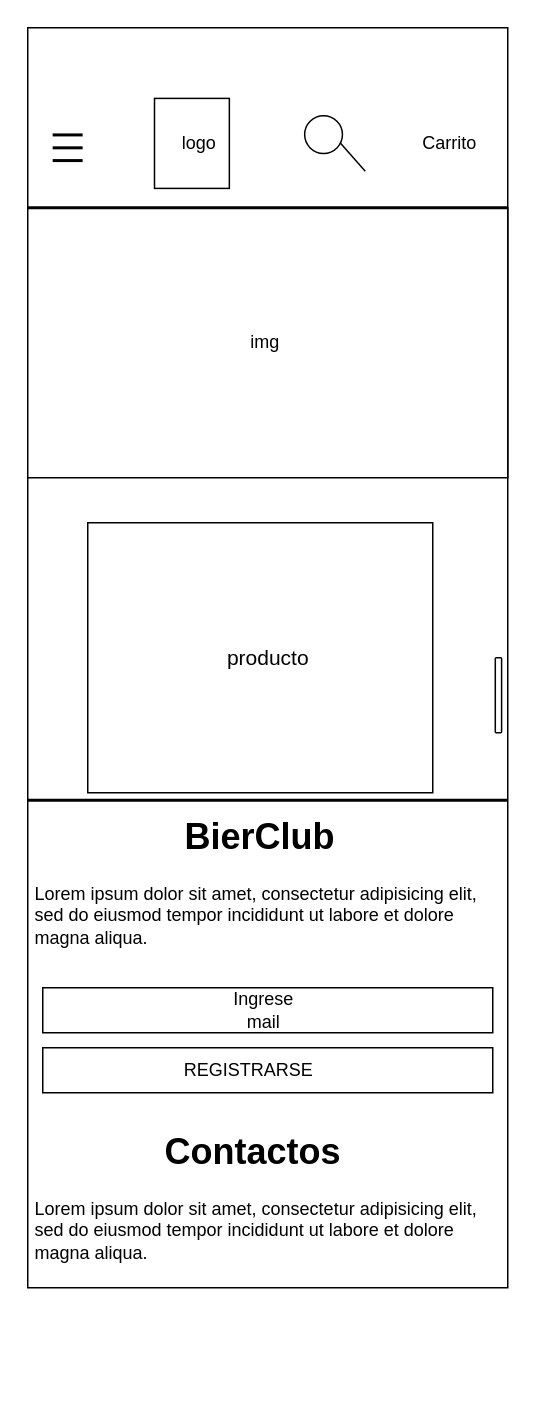
Earlier version of the draw.io diagram page "Page-1" (1 of 3) of Bocetos/Bocetos-de-Home/Home-320.drawio (Evaristodantur/BierClub). Source tidied: cells renumbered, new cells numbered last; positions are measured from the earlier drawing's top-left corner, leaving out a move shared by most shapes. Both pictures are drawn from the tidied source at 150%, with x=0, y=0 at pixel (27, 27). Pictures stored in the file or linked from it are replaced by grey dashed boxes.
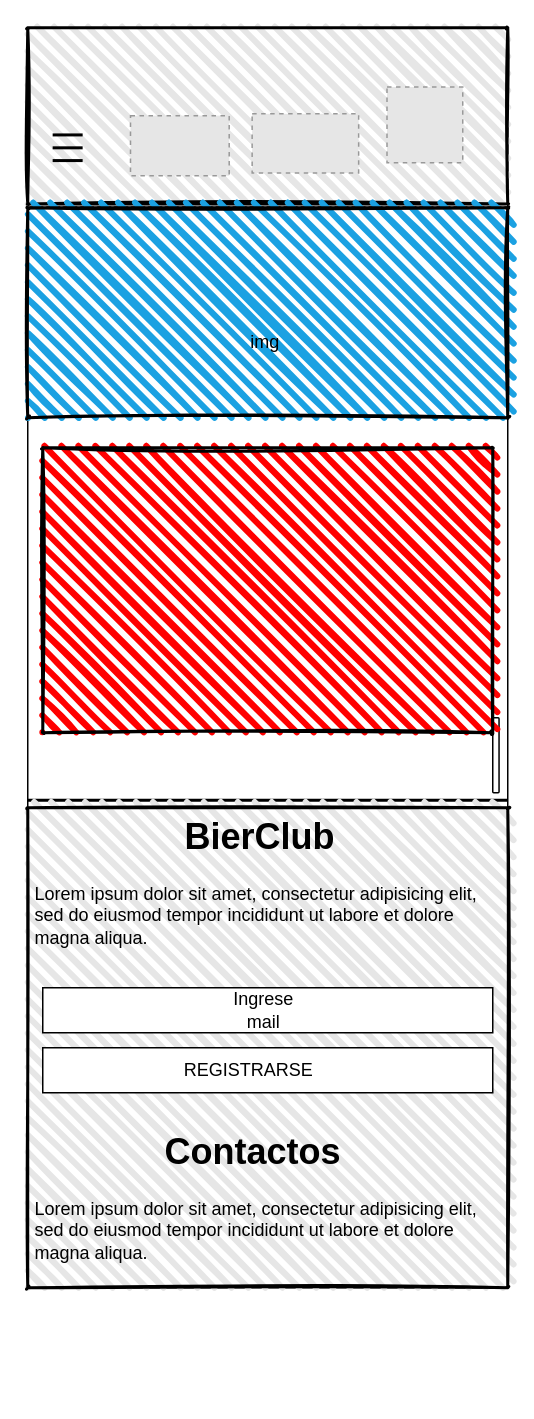
The same diagram, later.

Diff of the diagram source:
```diff
@@
-    <mxCell id="2" style="group;" parent="1" vertex="1">
-      <mxGeometry width="320" height="910" as="geometry" />
-    </mxCell>
-    <mxCell id="3" style="rounded=0;whiteSpace=wrap;html=1;" parent="2" vertex="1">
+    <mxCell id="3" style="rounded=0;whiteSpace=wrap;html=1;" parent="1" vertex="1">
       <mxGeometry width="320" height="840" as="geometry" />
     </mxCell>
-    <mxCell id="4" style="rounded=0;whiteSpace=wrap;html=1;" parent="2" vertex="1">
-      <mxGeometry x="84.5" y="47.1" width="49.9" height="60" as="geometry" />
-    </mxCell>
-    <mxCell id="5" value="logo" style="text;html=1;strokeColor=none;fillColor=none;align=center;verticalAlign=middle;whiteSpace=wrap;rounded=0;" parent="2" vertex="1">
-      <mxGeometry x="100" y="59.6" width="29.1" height="35" as="geometry" />
-    </mxCell>
-    <mxCell id="6" value="Carrito" style="text;html=1;strokeColor=none;fillColor=none;align=center;verticalAlign=middle;whiteSpace=wrap;rounded=0;" parent="2" vertex="1">
-      <mxGeometry x="273.3" y="67.1" width="16.6" height="20" as="geometry" />
-    </mxCell>
-    <mxCell id="7" style="rounded=0;whiteSpace=wrap;html=1;" parent="2" vertex="1">
-      <mxGeometry y="120" width="320" height="180" as="geometry" />
-    </mxCell>
-    <mxCell id="8" value="&lt;h1&gt;&amp;nbsp; &amp;nbsp; &amp;nbsp; &amp;nbsp; &amp;nbsp; &amp;nbsp; &amp;nbsp; &amp;nbsp;BierClub&lt;/h1&gt;&lt;p&gt;Lorem ipsum dolor sit amet, consectetur adipisicing elit, sed do eiusmod tempor incididunt ut labore et dolore magna aliqua.&lt;/p&gt;" style="text;html=1;strokeColor=none;fillColor=none;spacing=5;spacingTop=-20;whiteSpace=wrap;overflow=hidden;rounded=0;" parent="2" vertex="1">
-      <mxGeometry y="520" width="320" height="120" as="geometry" />
-    </mxCell>
-    <mxCell id="9" value="&lt;h1&gt;&amp;nbsp; &amp;nbsp; &amp;nbsp; &amp;nbsp; &amp;nbsp; &amp;nbsp; &amp;nbsp;Contactos&lt;/h1&gt;&lt;p&gt;Lorem ipsum dolor sit amet, consectetur adipisicing elit, sed do eiusmod tempor incididunt ut labore et dolore magna aliqua.&lt;/p&gt;" style="text;html=1;strokeColor=none;fillColor=none;spacing=5;spacingTop=-20;whiteSpace=wrap;overflow=hidden;rounded=0;" parent="2" vertex="1">
-      <mxGeometry y="730" width="320" height="120" as="geometry" />
-    </mxCell>
-    <mxCell id="10" style="line;strokeWidth=2;html=1;" parent="2" vertex="1">
+    <mxCell id="10" style="line;strokeWidth=2;html=1;" parent="1" vertex="1">
       <mxGeometry y="115" width="320" height="10" as="geometry" />
     </mxCell>
-    <mxCell id="11" value="img" style="text;html=1;strokeColor=none;fillColor=none;align=center;verticalAlign=middle;whiteSpace=wrap;rounded=0;" parent="2" vertex="1">
-      <mxGeometry x="149.6" y="200" width="16.6" height="20" as="geometry" />
-    </mxCell>
-    <mxCell id="12" style="line;strokeWidth=2;html=1;fontSize=14;" parent="2" vertex="1">
+    <mxCell id="12" style="line;strokeWidth=2;html=1;fontSize=14;" parent="1" vertex="1">
       <mxGeometry y="510" width="320" height="10" as="geometry" />
     </mxCell>
-    <mxCell id="13" style="rounded=0;whiteSpace=wrap;html=1;fontSize=14;" parent="2" vertex="1">
-      <mxGeometry x="40" y="330" width="230" height="180" as="geometry" />
-    </mxCell>
-    <mxCell id="14" value="producto" style="text;html=1;strokeColor=none;fillColor=none;align=center;verticalAlign=middle;whiteSpace=wrap;rounded=0;fontSize=14;" parent="2" vertex="1">
-      <mxGeometry x="151.7" y="410" width="16.6" height="20" as="geometry" />
-    </mxCell>
-    <mxCell id="15" style="rounded=1;whiteSpace=wrap;html=1;fontSize=14;" parent="2" vertex="1">
-      <mxGeometry x="311.7" y="420" width="4.2" height="50" as="geometry" />
+    <mxCell id="15" style="rounded=1;whiteSpace=wrap;html=1;fontSize=14;" parent="1" vertex="1">
+      <mxGeometry x="310" y="460" width="4.2" height="50" as="geometry" />
     </mxCell>
+    <mxCell id="26" style="rounded=1;whiteSpace=wrap;html=1;strokeWidth=2;fillWeight=4;hachureGap=8;hachureAngle=45;sketch=1;labelBackgroundColor=#ffffff;arcSize=0;fontColor=#FFFF33;fillColor=#E6E6E6;" parent="1" vertex="1">
+      <mxGeometry width="320" height="117.5" as="geometry" />
+    </mxCell>
+    <mxCell id="27" style="fillColor=#E6E6E6;strokeColor=#999999;dashed=1;verticalLabelPosition=bottom;labelBackgroundColor=#ffffff;verticalAlign=top;" parent="1" vertex="1">
+      <mxGeometry x="68.5" y="58.6" width="65.8" height="40" as="geometry" />
+    </mxCell>
+    <mxCell id="28" style="fillColor=#E6E6E6;strokeColor=#999999;dashed=1;verticalLabelPosition=bottom;labelBackgroundColor=#ffffff;verticalAlign=top;" parent="1" vertex="1">
+      <mxGeometry x="149.6" y="57.4" width="71" height="39.4" as="geometry" />
+    </mxCell>
+    <mxCell id="29" style="fillColor=#E6E6E6;strokeColor=#999999;dashed=1;verticalLabelPosition=bottom;labelBackgroundColor=#ffffff;verticalAlign=top;" parent="1" vertex="1">
+      <mxGeometry x="239.5" y="39.5" width="50.5" height="50.5" as="geometry" />
+    </mxCell>
-    <mxCell id="16" style="line;strokeWidth=2;html=1;" parent="2" vertex="1">
+    <mxCell id="16" style="line;strokeWidth=2;html=1;" parent="1" vertex="1">
       <mxGeometry x="16.6" y="87.1" width="20" height="2.9" as="geometry" />
     </mxCell>
-    <mxCell id="17" style="line;strokeWidth=2;html=1;" parent="2" vertex="1">
+    <mxCell id="17" style="line;strokeWidth=2;html=1;" parent="1" vertex="1">
       <mxGeometry x="16.6" y="78.6" width="20" height="2.9" as="geometry" />
     </mxCell>
-    <mxCell id="18" style="line;strokeWidth=2;html=1;" parent="2" vertex="1">
+    <mxCell id="18" style="line;strokeWidth=2;html=1;" parent="1" vertex="1">
       <mxGeometry x="16.6" y="70" width="20" height="2.9" as="geometry" />
     </mxCell>
+    <mxCell id="30" style="rounded=1;whiteSpace=wrap;html=1;strokeWidth=2;fillWeight=4;hachureGap=8;hachureAngle=45;fillColor=#1ba1e2;sketch=1;labelBackgroundColor=#ffffff;arcSize=0;" parent="1" vertex="1">
+      <mxGeometry y="120" width="320" height="140" as="geometry" />
+    </mxCell>
+    <mxCell id="11" value="img" style="text;html=1;strokeColor=none;fillColor=none;align=center;verticalAlign=middle;whiteSpace=wrap;rounded=0;" parent="1" vertex="1">
+      <mxGeometry x="149.6" y="200" width="16.6" height="20" as="geometry" />
+    </mxCell>
+    <mxCell id="31" style="rounded=1;whiteSpace=wrap;html=1;strokeWidth=2;fillWeight=4;hachureGap=8;hachureAngle=45;sketch=1;labelBackgroundColor=#ffffff;fillColor=#FF0000;arcSize=0;" parent="1" vertex="1">
+      <mxGeometry x="10" y="280" width="300" height="190" as="geometry" />
+    </mxCell>
+    <mxCell id="32" style="rounded=1;whiteSpace=wrap;html=1;strokeWidth=2;fillWeight=4;hachureGap=8;hachureAngle=45;sketch=1;labelBackgroundColor=#ffffff;arcSize=0;fontColor=#FFFF33;fillColor=#E6E6E6;" parent="1" vertex="1">
+      <mxGeometry y="520" width="320" height="320" as="geometry" />
+    </mxCell>
+    <mxCell id="8" value="&lt;h1&gt;&amp;nbsp; &amp;nbsp; &amp;nbsp; &amp;nbsp; &amp;nbsp; &amp;nbsp; &amp;nbsp; &amp;nbsp;BierClub&lt;/h1&gt;&lt;p&gt;Lorem ipsum dolor sit amet, consectetur adipisicing elit, sed do eiusmod tempor incididunt ut labore et dolore magna aliqua.&lt;/p&gt;" style="text;html=1;strokeColor=none;fillColor=none;spacing=5;spacingTop=-20;whiteSpace=wrap;overflow=hidden;rounded=0;" parent="1" vertex="1">
+      <mxGeometry y="520" width="320" height="120" as="geometry" />
+    </mxCell>
-    <mxCell id="19" style="rounded=1;whiteSpace=wrap;html=1;arcSize=0;" parent="2" vertex="1">
+    <mxCell id="19" style="rounded=1;whiteSpace=wrap;html=1;arcSize=0;" parent="1" vertex="1">
       <mxGeometry x="10" y="640" width="300" height="30" as="geometry" />
     </mxCell>
+    <mxCell id="22" value="Ingrese mail" style="text;html=1;strokeColor=none;fillColor=none;align=center;verticalAlign=middle;whiteSpace=wrap;rounded=0;" parent="1" vertex="1">
+      <mxGeometry x="131.3" y="645" width="53.3" height="20" as="geometry" />
+    </mxCell>
-    <mxCell id="20" style="rounded=1;whiteSpace=wrap;html=1;arcSize=0;" parent="2" vertex="1">
+    <mxCell id="20" style="rounded=1;whiteSpace=wrap;html=1;arcSize=0;" parent="1" vertex="1">
       <mxGeometry x="10" y="680" width="300" height="30" as="geometry" />
     </mxCell>
-    <mxCell id="21" value="REGISTRARSE" style="text;html=1;strokeColor=none;fillColor=none;align=center;verticalAlign=middle;whiteSpace=wrap;rounded=0;" parent="2" vertex="1">
+    <mxCell id="21" value="REGISTRARSE" style="text;html=1;strokeColor=none;fillColor=none;align=center;verticalAlign=middle;whiteSpace=wrap;rounded=0;" parent="1" vertex="1">
       <mxGeometry x="134.4" y="680" width="26.7" height="30" as="geometry" />
     </mxCell>
-    <mxCell id="22" value="Ingrese mail" style="text;html=1;strokeColor=none;fillColor=none;align=center;verticalAlign=middle;whiteSpace=wrap;rounded=0;" parent="2" vertex="1">
-      <mxGeometry x="131.3" y="645" width="53.3" height="20" as="geometry" />
-    </mxCell>
-    <mxCell id="23" style="group;" parent="2" vertex="1">
-      <mxGeometry x="184.6" y="58.6" width="40.4" height="37.1" as="geometry" />
-    </mxCell>
-    <mxCell id="24" style="ellipse;whiteSpace=wrap;html=1;" parent="23" vertex="1">
-      <mxGeometry width="25.2" height="25.2" as="geometry" />
-    </mxCell>
-    <mxCell id="25" style="endArrow=none;html=1;entryX=0.95;entryY=0.73;entryDx=0;entryDy=0;entryPerimeter=0;" parent="23" edge="1" target="24">
-      <mxGeometry relative="1" as="geometry">
-        <mxPoint x="40.4" y="37.1" as="sourcePoint" />
-      </mxGeometry>
-    </mxCell>
+    <mxCell id="9" value="&lt;h1&gt;&amp;nbsp; &amp;nbsp; &amp;nbsp; &amp;nbsp; &amp;nbsp; &amp;nbsp; &amp;nbsp;Contactos&lt;/h1&gt;&lt;p&gt;Lorem ipsum dolor sit amet, consectetur adipisicing elit, sed do eiusmod tempor incididunt ut labore et dolore magna aliqua.&lt;/p&gt;" style="text;html=1;strokeColor=none;fillColor=none;spacing=5;spacingTop=-20;whiteSpace=wrap;overflow=hidden;rounded=0;" parent="1" vertex="1">
+      <mxGeometry y="730" width="320" height="120" as="geometry" />
+    </mxCell>
```
